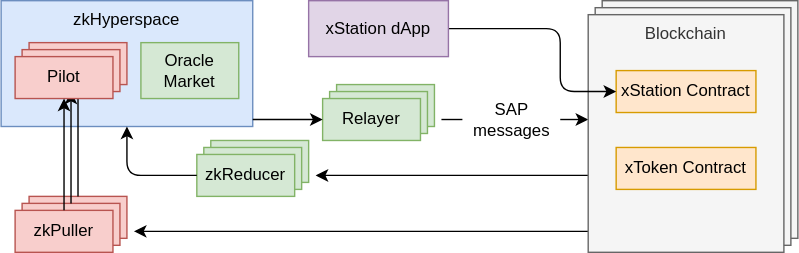
Earlier version of the draw.io export docs/hyperdrive/images/components.drawio.svg (SutuLabs/hyperdriveWhitepaper). Source tidied: cells renumbered, new cells last; positions are measured from the earlier drawing's top-left corner, leaving out a move shared by most shapes. Its diagram source:
```xml
<mxGraphModel>
  <root>
    <mxCell id="0" />
    <mxCell id="1" parent="0" />
    <mxCell id="2" style="group;" parent="1" vertex="1">
      <mxGeometry x="10" y="140" width="80" height="40" as="geometry" />
    </mxCell>
    <mxCell id="3" value="Pilot" style="whiteSpace=wrap;html=1;verticalAlign=middle;fillColor=#f8cecc;strokeColor=#b85450;" parent="2" vertex="1">
      <mxGeometry x="10" width="70" height="30" as="geometry" />
    </mxCell>
    <mxCell id="4" value="Pilot" style="whiteSpace=wrap;html=1;verticalAlign=middle;fillColor=#f8cecc;strokeColor=#b85450;" parent="2" vertex="1">
      <mxGeometry x="5" y="5" width="70" height="30" as="geometry" />
    </mxCell>
    <mxCell id="5" value="zkPuller" style="whiteSpace=wrap;html=1;verticalAlign=middle;fillColor=#f8cecc;strokeColor=#b85450;" parent="2" vertex="1">
      <mxGeometry y="10" width="70" height="30" as="geometry" />
    </mxCell>
    <mxCell id="6" value="zkHyperspace" style="whiteSpace=wrap;html=1;verticalAlign=top;fillColor=#dae8fc;strokeColor=#6c8ebf;" parent="1" vertex="1">
      <mxGeometry width="180" height="90" as="geometry" />
    </mxCell>
    <mxCell id="7" style="edgeStyle=none;html=1;" parent="1" edge="1" source="3" target="15">
      <mxGeometry relative="1" as="geometry" />
    </mxCell>
    <mxCell id="8" style="edgeStyle=none;html=1;" parent="1" edge="1" source="4" target="16">
      <mxGeometry relative="1" as="geometry" />
    </mxCell>
    <mxCell id="9" style="group;" parent="1" vertex="1">
      <mxGeometry x="230" y="60" width="80" height="40" as="geometry" />
    </mxCell>
    <mxCell id="10" value="Pilot" style="whiteSpace=wrap;html=1;verticalAlign=middle;fillColor=#d5e8d4;strokeColor=#82b366;" parent="9" vertex="1">
      <mxGeometry x="10" width="70" height="30" as="geometry" />
    </mxCell>
    <mxCell id="11" value="Pilot" style="whiteSpace=wrap;html=1;verticalAlign=middle;fillColor=#d5e8d4;strokeColor=#82b366;" parent="9" vertex="1">
      <mxGeometry x="5" y="5" width="70" height="30" as="geometry" />
    </mxCell>
    <mxCell id="12" value="Relayer" style="whiteSpace=wrap;html=1;verticalAlign=middle;fillColor=#d5e8d4;strokeColor=#82b366;" parent="9" vertex="1">
      <mxGeometry y="10" width="70" height="30" as="geometry" />
    </mxCell>
    <mxCell id="13" style="edgeStyle=orthogonalEdgeStyle;html=1;" parent="1" edge="1" source="6" target="12">
      <mxGeometry relative="1" as="geometry">
        <Array as="points">
          <mxPoint x="200" y="85" />
          <mxPoint x="200" y="85" />
        </Array>
      </mxGeometry>
    </mxCell>
    <mxCell id="14" style="group;" parent="1" vertex="1">
      <mxGeometry x="10" y="30" width="80" height="40" as="geometry" />
    </mxCell>
    <mxCell id="15" value="Pilot" style="whiteSpace=wrap;html=1;verticalAlign=middle;fillColor=#f8cecc;strokeColor=#b85450;" parent="14" vertex="1">
      <mxGeometry x="10" width="70" height="30" as="geometry" />
    </mxCell>
    <mxCell id="16" value="Pilot" style="whiteSpace=wrap;html=1;verticalAlign=middle;fillColor=#f8cecc;strokeColor=#b85450;" parent="14" vertex="1">
      <mxGeometry x="5" y="5" width="70" height="30" as="geometry" />
    </mxCell>
    <mxCell id="17" value="Pilot" style="whiteSpace=wrap;html=1;verticalAlign=middle;fillColor=#f8cecc;strokeColor=#b85450;" parent="14" vertex="1">
      <mxGeometry y="10" width="70" height="30" as="geometry" />
    </mxCell>
    <mxCell id="18" style="edgeStyle=none;html=1;" parent="1" edge="1" source="5" target="17">
      <mxGeometry relative="1" as="geometry" />
    </mxCell>
    <mxCell id="19" style="edgeStyle=orthogonalEdgeStyle;html=1;strokeWidth=1;startArrow=none;" parent="1" edge="1" source="35" target="30">
      <mxGeometry relative="1" as="geometry">
        <Array as="points">
          <mxPoint x="340" y="85" />
          <mxPoint x="340" y="85" />
        </Array>
      </mxGeometry>
    </mxCell>
    <mxCell id="20" style="html=1;strokeWidth=1;edgeStyle=orthogonalEdgeStyle;targetPerimeterSpacing=15;" parent="1" edge="1" source="30" target="5">
      <mxGeometry relative="1" as="geometry">
        <Array as="points">
          <mxPoint x="390" y="165" />
          <mxPoint x="390" y="165" />
        </Array>
      </mxGeometry>
    </mxCell>
    <mxCell id="21" style="group;" parent="1" vertex="1">
      <mxGeometry x="140" y="100" width="80" height="40" as="geometry" />
    </mxCell>
    <mxCell id="22" value="Pilot" style="whiteSpace=wrap;html=1;verticalAlign=middle;fillColor=#d5e8d4;strokeColor=#82b366;" parent="21" vertex="1">
      <mxGeometry x="10" width="70" height="30" as="geometry" />
    </mxCell>
    <mxCell id="23" value="Pilot" style="whiteSpace=wrap;html=1;verticalAlign=middle;fillColor=#d5e8d4;strokeColor=#82b366;" parent="21" vertex="1">
      <mxGeometry x="5" y="5" width="70" height="30" as="geometry" />
    </mxCell>
    <mxCell id="24" value="zkReducer" style="whiteSpace=wrap;html=1;verticalAlign=middle;fillColor=#d5e8d4;strokeColor=#82b366;" parent="21" vertex="1">
      <mxGeometry y="10" width="70" height="30" as="geometry" />
    </mxCell>
    <mxCell id="25" style="html=1;strokeWidth=1;edgeStyle=orthogonalEdgeStyle;targetPerimeterSpacing=15;" parent="1" edge="1" source="30" target="24">
      <mxGeometry relative="1" as="geometry">
        <Array as="points">
          <mxPoint x="390" y="125" />
          <mxPoint x="390" y="125" />
        </Array>
      </mxGeometry>
    </mxCell>
    <mxCell id="26" style="edgeStyle=orthogonalEdgeStyle;html=1;" parent="1" edge="1" source="24" target="6">
      <mxGeometry relative="1" as="geometry">
        <Array as="points">
          <mxPoint x="90" y="125" />
        </Array>
      </mxGeometry>
    </mxCell>
    <mxCell id="27" value="Oracle Market" style="whiteSpace=wrap;html=1;verticalAlign=middle;fillColor=#d5e8d4;strokeColor=#82b366;" parent="1" vertex="1">
      <mxGeometry x="100" y="30" width="70" height="40" as="geometry" />
    </mxCell>
    <mxCell id="28" value="Blockchain" style="whiteSpace=wrap;html=1;verticalAlign=middle;fillColor=#f5f5f5;strokeColor=#666666;fontColor=#333333;" parent="1" vertex="1">
      <mxGeometry x="430" width="140" height="170" as="geometry" />
    </mxCell>
    <mxCell id="29" value="Blockchain" style="whiteSpace=wrap;html=1;verticalAlign=middle;fillColor=#f5f5f5;strokeColor=#666666;fontColor=#333333;" parent="1" vertex="1">
      <mxGeometry x="425" y="5" width="140" height="170" as="geometry" />
    </mxCell>
    <mxCell id="30" value="Blockchain" style="whiteSpace=wrap;html=1;verticalAlign=top;fillColor=#f5f5f5;strokeColor=#666666;fontColor=#333333;" parent="1" vertex="1">
      <mxGeometry x="420" y="10" width="140" height="170" as="geometry" />
    </mxCell>
    <mxCell id="31" value="xStation Contract" style="whiteSpace=wrap;html=1;fillColor=#ffe6cc;strokeColor=#d79b00;" parent="1" vertex="1">
      <mxGeometry x="440" y="50" width="100" height="30" as="geometry" />
    </mxCell>
    <mxCell id="32" value="xToken Contract" style="whiteSpace=wrap;html=1;fillColor=#ffe6cc;strokeColor=#d79b00;" parent="1" vertex="1">
      <mxGeometry x="440" y="105" width="100" height="30" as="geometry" />
    </mxCell>
    <mxCell id="33" style="edgeStyle=orthogonalEdgeStyle;html=1;sourcePerimeterSpacing=0;targetPerimeterSpacing=0;strokeWidth=1;" parent="1" edge="1" source="34" target="31">
      <mxGeometry relative="1" as="geometry">
        <Array as="points">
          <mxPoint x="400" y="20" />
          <mxPoint x="400" y="65" />
        </Array>
      </mxGeometry>
    </mxCell>
    <mxCell id="34" value="xStation dApp" style="whiteSpace=wrap;html=1;fillColor=#e1d5e7;strokeColor=#9673a6;" parent="1" vertex="1">
      <mxGeometry x="220" width="100" height="40" as="geometry" />
    </mxCell>
    <mxCell id="35" value="SAP&lt;br&gt;messages" style="text;html=1;align=center;verticalAlign=middle;points=[];strokeColor=none;" parent="1" vertex="1">
      <mxGeometry x="330" y="70" width="70" height="30" as="geometry" />
    </mxCell>
    <mxCell id="36" style="edgeStyle=orthogonalEdgeStyle;html=1;strokeWidth=1;sourcePerimeterSpacing=15;endArrow=none;" parent="1" edge="1" source="12" target="35">
      <mxGeometry relative="1" as="geometry" />
    </mxCell>
  </root>
</mxGraphModel>
```
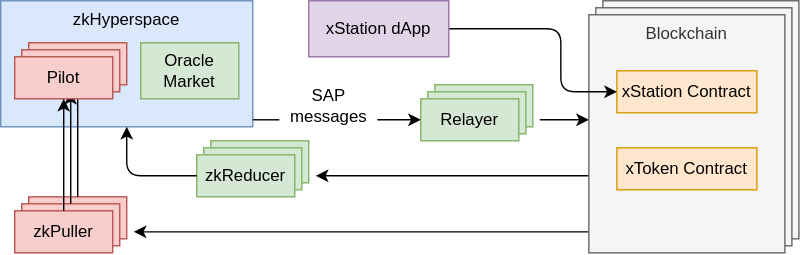
Above is the later version.

What changed in the source:
```diff
@@ -24,7 +24,7 @@
       <mxGeometry relative="1" as="geometry" />
     </mxCell>
     <mxCell id="9" style="group;" parent="1" vertex="1">
-      <mxGeometry x="230" y="60" width="80" height="40" as="geometry" />
+      <mxGeometry x="300" y="60" width="80" height="40" as="geometry" />
     </mxCell>
     <mxCell id="10" value="Pilot" style="whiteSpace=wrap;html=1;verticalAlign=middle;fillColor=#d5e8d4;strokeColor=#82b366;" parent="9" vertex="1">
       <mxGeometry x="10" width="70" height="30" as="geometry" />
@@ -35,11 +35,11 @@
     <mxCell id="12" value="Relayer" style="whiteSpace=wrap;html=1;verticalAlign=middle;fillColor=#d5e8d4;strokeColor=#82b366;" parent="9" vertex="1">
       <mxGeometry y="10" width="70" height="30" as="geometry" />
     </mxCell>
-    <mxCell id="13" style="edgeStyle=orthogonalEdgeStyle;html=1;" parent="1" edge="1" source="6" target="12">
+    <mxCell id="13" style="edgeStyle=orthogonalEdgeStyle;html=1;" parent="1" edge="1" source="35" target="12">
       <mxGeometry relative="1" as="geometry">
         <Array as="points">
-          <mxPoint x="200" y="85" />
-          <mxPoint x="200" y="85" />
+          <mxPoint x="280" y="85" />
+          <mxPoint x="280" y="85" />
         </Array>
       </mxGeometry>
     </mxCell>
@@ -58,11 +58,11 @@
     <mxCell id="18" style="edgeStyle=none;html=1;" parent="1" edge="1" source="5" target="17">
       <mxGeometry relative="1" as="geometry" />
     </mxCell>
-    <mxCell id="19" style="edgeStyle=orthogonalEdgeStyle;html=1;strokeWidth=1;startArrow=none;" parent="1" edge="1" source="35" target="30">
+    <mxCell id="19" style="edgeStyle=orthogonalEdgeStyle;html=1;strokeWidth=1;startArrow=none;sourcePerimeterSpacing=15;" parent="1" edge="1" source="12" target="30">
       <mxGeometry relative="1" as="geometry">
         <Array as="points">
-          <mxPoint x="340" y="85" />
-          <mxPoint x="340" y="85" />
+          <mxPoint x="410" y="85" />
+          <mxPoint x="410" y="85" />
         </Array>
       </mxGeometry>
     </mxCell>
@@ -131,10 +131,15 @@
       <mxGeometry x="220" width="100" height="40" as="geometry" />
     </mxCell>
     <mxCell id="35" value="SAP&lt;br&gt;messages" style="text;html=1;align=center;verticalAlign=middle;points=[];strokeColor=none;" parent="1" vertex="1">
-      <mxGeometry x="330" y="70" width="70" height="30" as="geometry" />
+      <mxGeometry x="199" y="60" width="70" height="30" as="geometry" />
     </mxCell>
-    <mxCell id="36" style="edgeStyle=orthogonalEdgeStyle;html=1;strokeWidth=1;sourcePerimeterSpacing=15;endArrow=none;" parent="1" edge="1" source="12" target="35">
-      <mxGeometry relative="1" as="geometry" />
+    <mxCell id="36" style="edgeStyle=orthogonalEdgeStyle;html=1;strokeWidth=1;sourcePerimeterSpacing=0;endArrow=none;" parent="1" edge="1" source="6" target="35">
+      <mxGeometry relative="1" as="geometry">
+        <Array as="points">
+          <mxPoint x="195" y="85" />
+          <mxPoint x="195" y="85" />
+        </Array>
+      </mxGeometry>
     </mxCell>
   </root>
 </mxGraphModel>
```
